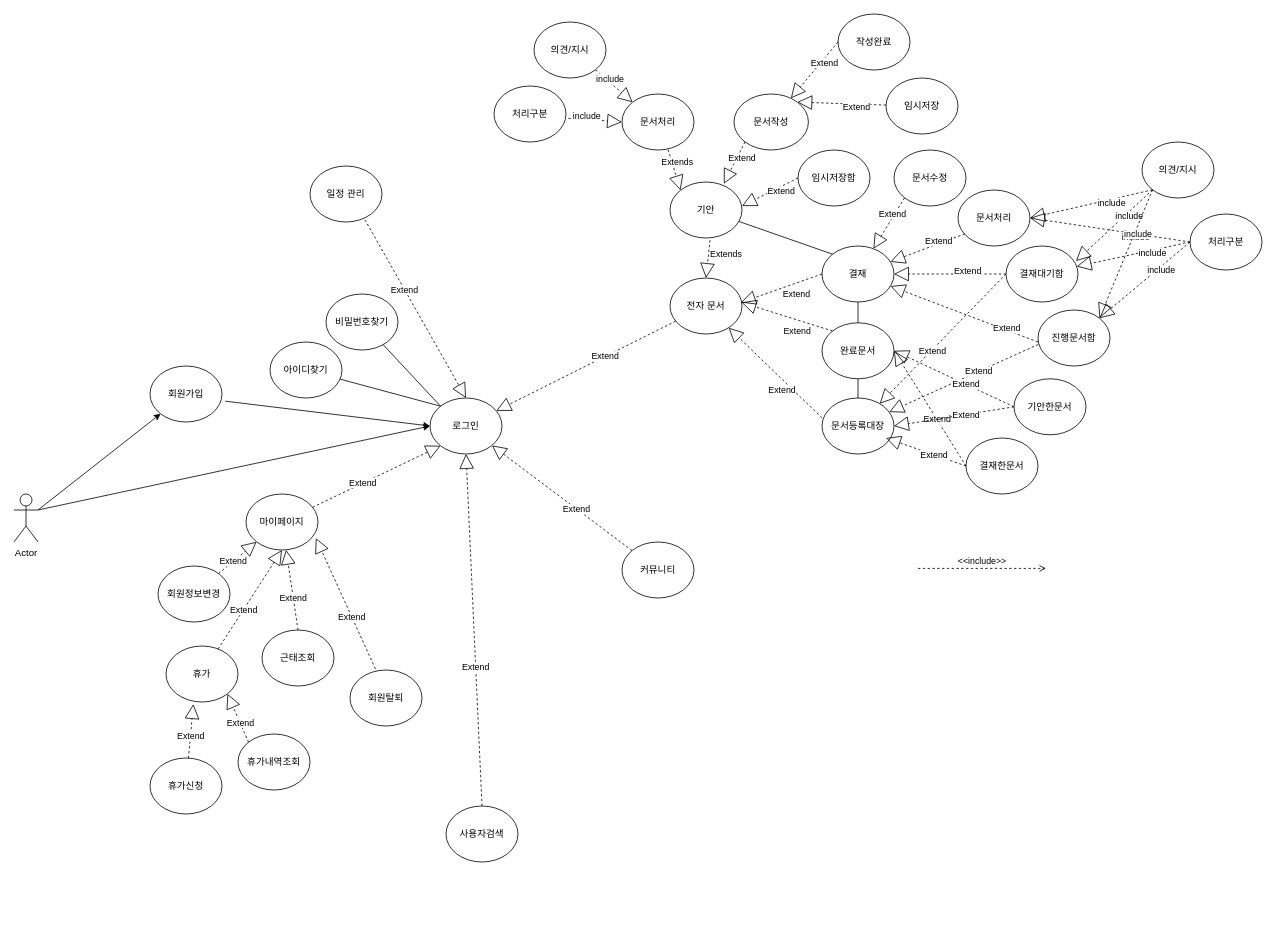
The draw.io diagram css/Untitled Diagram.drawio in iamheonil/KHSemiProject, before the edit. Source tidied: cells renumbered, new cells numbered last; positions are measured from the earlier drawing's top-left corner, leaving out a move shared by most shapes. Both pictures are drawn from the tidied source at 80%, with x=0, y=0 at pixel (14, 14).
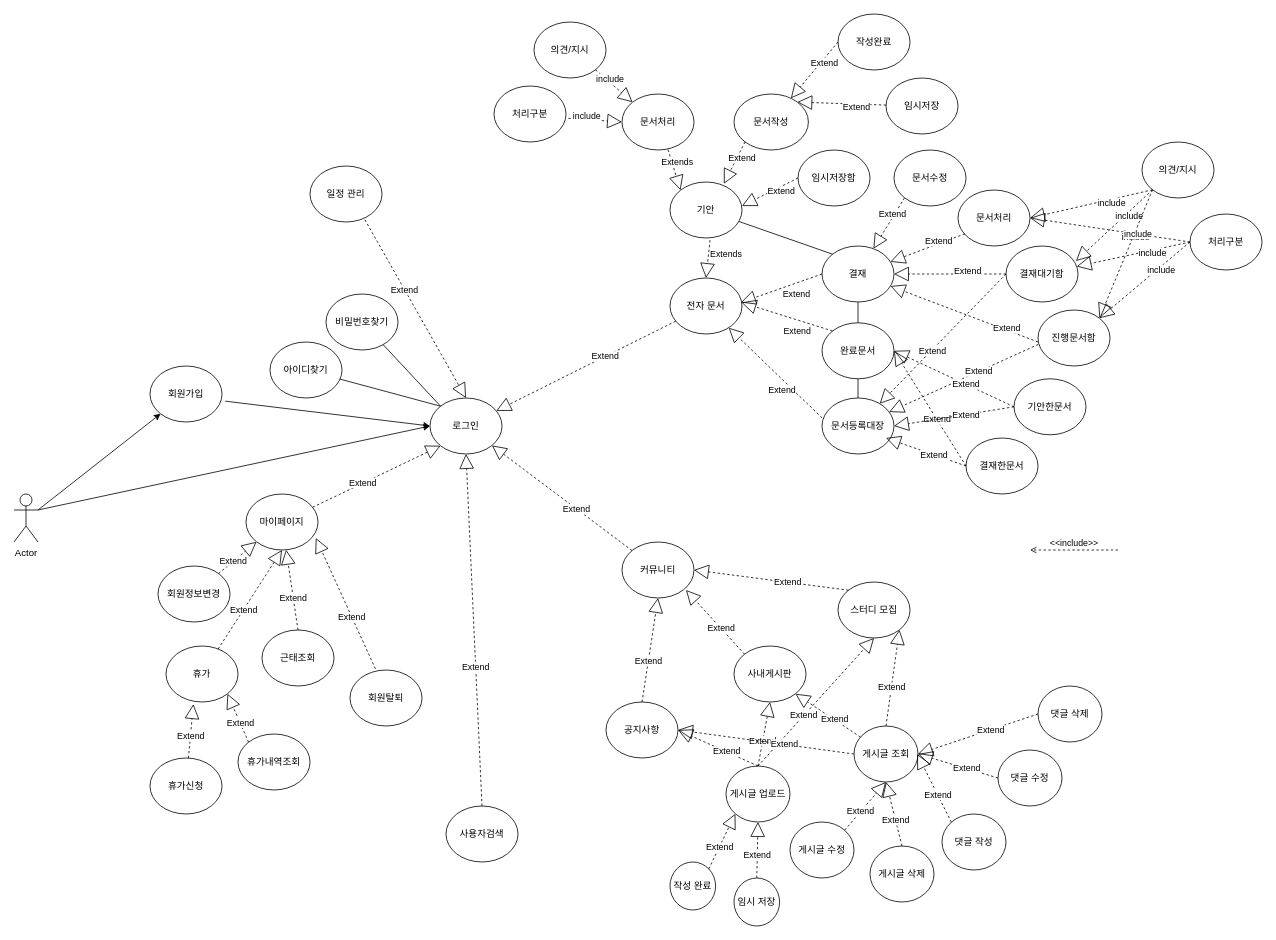
The same page after the edit.

The change refers to these unchanged cells:
```xml
<mxCell id="21" value="커뮤니티" style="ellipse;whiteSpace=wrap;html=1;" parent="1" vertex="1">
  <mxGeometry x="760" y="660" width="90" height="70" as="geometry" />
</mxCell>
```

Change to the diagram source:
```diff
@@
+    <mxCell id="85" value="공지사항" style="ellipse;whiteSpace=wrap;html=1;" parent="1" vertex="1">
+      <mxGeometry x="740" y="860" width="90" height="70" as="geometry" />
+    </mxCell>
+    <mxCell id="86" value="사내게시판" style="ellipse;whiteSpace=wrap;html=1;" parent="1" vertex="1">
+      <mxGeometry x="900" y="790" width="90" height="70" as="geometry" />
+    </mxCell>
+    <mxCell id="87" value="스터디 모집" style="ellipse;whiteSpace=wrap;html=1;" parent="1" vertex="1">
+      <mxGeometry x="1030" y="710" width="90" height="70" as="geometry" />
+    </mxCell>
@@
     <mxCell id="69" value="&amp;lt;&amp;lt;include&amp;gt;&amp;gt;" style="edgeStyle=none;html=1;endArrow=open;verticalAlign=bottom;dashed=1;labelBackgroundColor=none;" parent="1" edge="1">
       <mxGeometry relative="1" as="geometry">
-        <mxPoint x="1130" y="693" as="sourcePoint" />
-        <mxPoint x="1290" y="693" as="targetPoint" />
+        <mxPoint x="1380" y="670" as="sourcePoint" />
+        <mxPoint x="1270" y="670" as="targetPoint" />
       </mxGeometry>
     </mxCell>
@@
+    <mxCell id="88" value="Extend" style="endArrow=block;endSize=16;endFill=0;html=1;dashed=1;entryX=0.5;entryY=1;entryDx=0;entryDy=0;exitX=0.5;exitY=0;exitDx=0;exitDy=0;" parent="1" edge="1" source="85" target="21">
+      <mxGeometry x="-0.21" relative="1" as="geometry" />
+    </mxCell>
+    <mxCell id="89" value="Extend" style="endArrow=block;endSize=16;endFill=0;html=1;dashed=1;entryX=0.5;entryY=1;entryDx=0;entryDy=0;exitX=0;exitY=0;exitDx=0;exitDy=0;" parent="1" edge="1" source="86">
+      <mxGeometry x="-0.21" relative="1" as="geometry">
+        <mxPoint x="840" y="720" as="targetPoint" />
+      </mxGeometry>
+    </mxCell>
+    <mxCell id="90" value="Extend" style="endArrow=block;endSize=16;endFill=0;html=1;dashed=1;entryX=1;entryY=0.5;entryDx=0;entryDy=0;exitX=0;exitY=0;exitDx=0;exitDy=0;" parent="1" edge="1" source="87" target="21">
+      <mxGeometry x="-0.21" relative="1" as="geometry" />
+    </mxCell>
+    <mxCell id="91" value="게시글 업로드" style="ellipse;whiteSpace=wrap;html=1;" parent="1" vertex="1">
+      <mxGeometry x="890" y="940" width="80" height="70" as="geometry" />
+    </mxCell>
+    <mxCell id="92" value="Extend" style="endArrow=block;endSize=16;endFill=0;html=1;dashed=1;entryX=0.5;entryY=1;entryDx=0;entryDy=0;exitX=0.5;exitY=0;exitDx=0;exitDy=0;" parent="1" edge="1" source="91" target="86">
+      <mxGeometry x="-0.21" relative="1" as="geometry" />
+    </mxCell>
+    <mxCell id="93" value="게시글 수정" style="ellipse;whiteSpace=wrap;html=1;" parent="1" vertex="1">
+      <mxGeometry x="970" y="1010" width="80" height="70" as="geometry" />
+    </mxCell>
+    <mxCell id="94" value="게시글 삭제" style="ellipse;whiteSpace=wrap;html=1;" parent="1" vertex="1">
+      <mxGeometry x="1070" y="1040" width="80" height="70" as="geometry" />
+    </mxCell>
+    <mxCell id="95" value="Extend" style="endArrow=block;endSize=16;endFill=0;html=1;dashed=1;entryX=1;entryY=0.5;entryDx=0;entryDy=0;exitX=0.5;exitY=0;exitDx=0;exitDy=0;" parent="1" edge="1" source="91" target="85">
+      <mxGeometry x="-0.21" relative="1" as="geometry" />
+    </mxCell>
+    <mxCell id="96" value="Extend" style="endArrow=block;endSize=16;endFill=0;html=1;dashed=1;entryX=0.5;entryY=1;entryDx=0;entryDy=0;exitX=0.5;exitY=0;exitDx=0;exitDy=0;" parent="1" edge="1" source="91" target="87">
+      <mxGeometry x="-0.21" relative="1" as="geometry" />
+    </mxCell>
+    <mxCell id="97" value="Extend" style="endArrow=block;endSize=16;endFill=0;html=1;dashed=1;exitX=1;exitY=0;exitDx=0;exitDy=0;entryX=0.5;entryY=1;entryDx=0;entryDy=0;" parent="1" edge="1" source="93" target="101">
+      <mxGeometry x="-0.21" relative="1" as="geometry" />
+    </mxCell>
+    <mxCell id="98" value="Extend" style="endArrow=block;endSize=16;endFill=0;html=1;dashed=1;exitX=0.5;exitY=0;exitDx=0;exitDy=0;entryX=0.5;entryY=1;entryDx=0;entryDy=0;" parent="1" edge="1" source="94" target="101">
+      <mxGeometry x="-0.21" relative="1" as="geometry" />
+    </mxCell>
+    <mxCell id="99" value="임시 저장" style="ellipse;whiteSpace=wrap;html=1;" parent="1" vertex="1">
+      <mxGeometry x="900" y="1080" width="57" height="60" as="geometry" />
+    </mxCell>
+    <mxCell id="100" value="Extend" style="endArrow=block;endSize=16;endFill=0;html=1;dashed=1;exitX=0.5;exitY=0;exitDx=0;exitDy=0;entryX=0.5;entryY=1;entryDx=0;entryDy=0;" parent="1" edge="1" source="99" target="91">
+      <mxGeometry x="-0.21" relative="1" as="geometry" />
+    </mxCell>
+    <mxCell id="101" value="게시글 조회" style="ellipse;whiteSpace=wrap;html=1;" parent="1" vertex="1">
+      <mxGeometry x="1050" y="890" width="80" height="70" as="geometry" />
+    </mxCell>
+    <mxCell id="102" value="Extend" style="endArrow=block;endSize=16;endFill=0;html=1;dashed=1;exitX=0.5;exitY=0;exitDx=0;exitDy=0;entryX=1;entryY=1;entryDx=0;entryDy=0;" parent="1" edge="1" source="101" target="87">
+      <mxGeometry x="-0.21" relative="1" as="geometry" />
+    </mxCell>
+    <mxCell id="103" value="Extend" style="endArrow=block;endSize=16;endFill=0;html=1;dashed=1;entryX=1;entryY=1;entryDx=0;entryDy=0;" parent="1" edge="1" source="101" target="86">
+      <mxGeometry x="-0.21" relative="1" as="geometry" />
+    </mxCell>
+    <mxCell id="104" value="Extend" style="endArrow=block;endSize=16;endFill=0;html=1;dashed=1;exitX=0;exitY=0.5;exitDx=0;exitDy=0;entryX=1;entryY=0.5;entryDx=0;entryDy=0;" parent="1" edge="1" source="101" target="85">
+      <mxGeometry x="-0.21" relative="1" as="geometry" />
+    </mxCell>
+    <mxCell id="105" value="댓글 작성" style="ellipse;whiteSpace=wrap;html=1;" parent="1" vertex="1">
+      <mxGeometry x="1160" y="1000" width="80" height="70" as="geometry" />
+    </mxCell>
+    <mxCell id="106" value="Extend" style="endArrow=block;endSize=16;endFill=0;html=1;dashed=1;exitX=0;exitY=0;exitDx=0;exitDy=0;" parent="1" edge="1" source="105">
+      <mxGeometry x="-0.21" relative="1" as="geometry">
+        <mxPoint x="1129" y="925" as="targetPoint" />
+      </mxGeometry>
+    </mxCell>
+    <mxCell id="107" value="댓글 삭제" style="ellipse;whiteSpace=wrap;html=1;" parent="1" vertex="1">
+      <mxGeometry x="1280" y="840" width="80" height="70" as="geometry" />
+    </mxCell>
+    <mxCell id="108" value="Extend" style="endArrow=block;endSize=16;endFill=0;html=1;dashed=1;exitX=0;exitY=0.5;exitDx=0;exitDy=0;entryX=1;entryY=0.5;entryDx=0;entryDy=0;" parent="1" edge="1" source="107" target="101">
+      <mxGeometry x="-0.21" relative="1" as="geometry" />
+    </mxCell>
+    <mxCell id="109" value="댓글 수정" style="ellipse;whiteSpace=wrap;html=1;" parent="1" vertex="1">
+      <mxGeometry x="1230" y="920" width="80" height="70" as="geometry" />
+    </mxCell>
+    <mxCell id="110" value="Extend" style="endArrow=block;endSize=16;endFill=0;html=1;dashed=1;exitX=0;exitY=0.5;exitDx=0;exitDy=0;entryX=1;entryY=0.5;entryDx=0;entryDy=0;" parent="1" edge="1" source="109" target="101">
+      <mxGeometry x="-0.21" relative="1" as="geometry" />
+    </mxCell>
+    <mxCell id="111" value="작성 완료" style="ellipse;whiteSpace=wrap;html=1;" parent="1" vertex="1">
+      <mxGeometry x="820" y="1060" width="57" height="60" as="geometry" />
+    </mxCell>
+    <mxCell id="112" value="Extend" style="endArrow=block;endSize=16;endFill=0;html=1;dashed=1;exitX=1;exitY=0;exitDx=0;exitDy=0;entryX=0;entryY=1;entryDx=0;entryDy=0;" parent="1" edge="1" source="111" target="91">
+      <mxGeometry x="-0.21" relative="1" as="geometry" />
+    </mxCell>
```
